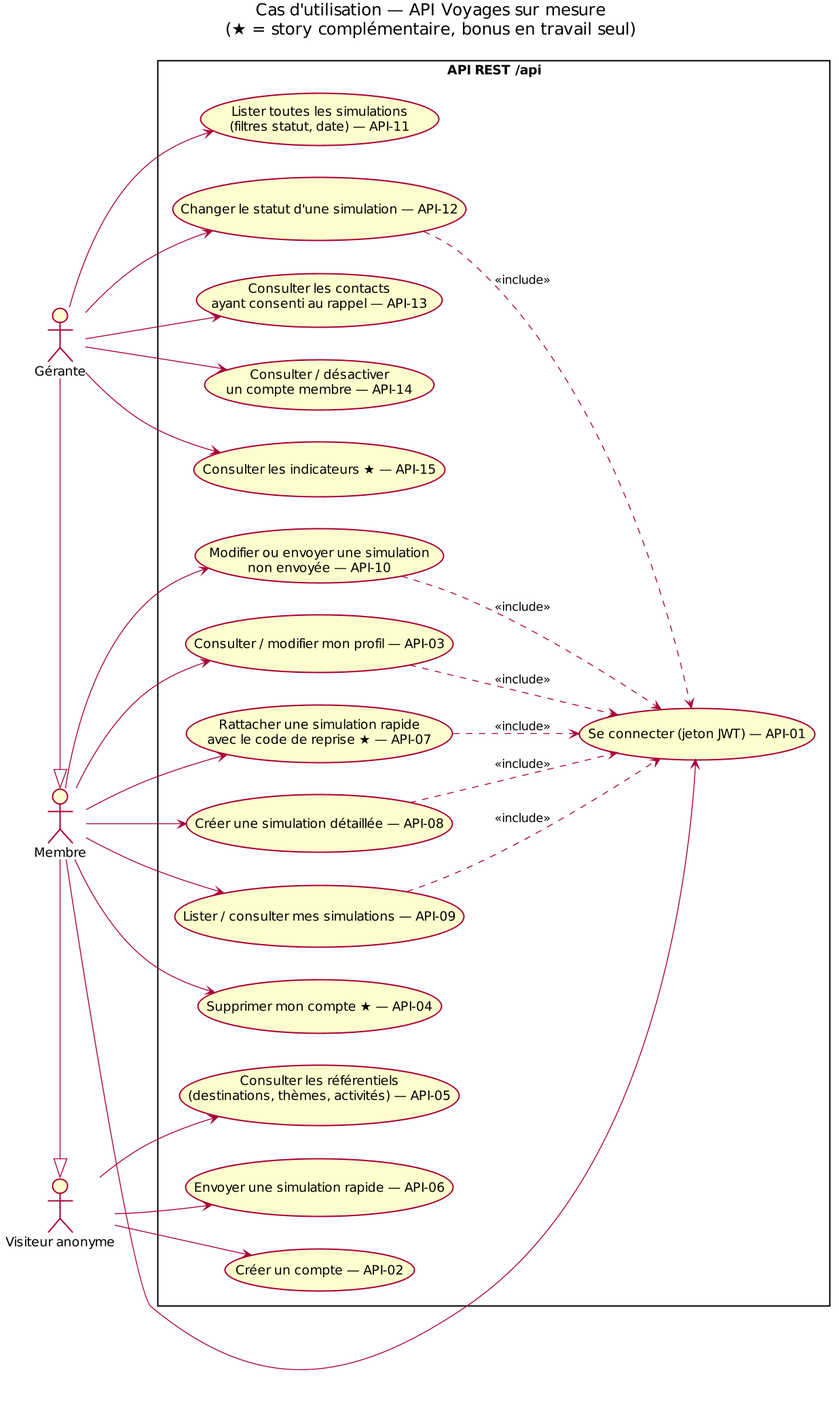
The PlantUML diagram docs/conception/03-cas-utilisation.png in jakevlt/api-voyages-sur-mesure, before a commit. Its source is kept beside it as docs/conception/sources/03-cas-utilisation.puml.
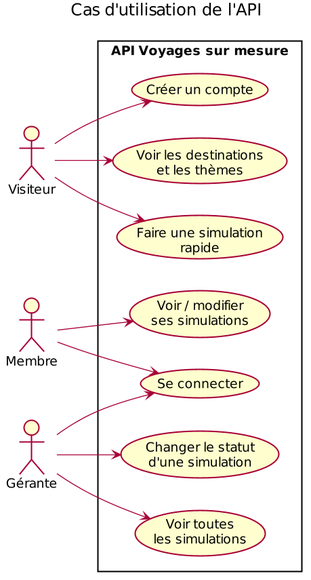
The same file after the commit.

The edit, as a diff of the source:
```diff
@@ -3,51 +3,25 @@
 skinparam dpi 130
 skinparam shadowing false
 left to right direction
-title Cas d'utilisation — API Voyages sur mesure\n(★ = story complémentaire, bonus en travail seul)
-
-actor "Visiteur anonyme" as V
-actor "Membre" as M
+title Cas d'utilisation de l'API
+actor Visiteur
+actor Membre
 actor "Gérante" as G
-M -|> V
-G -|> M
-
-rectangle "API REST /api" {
-  usecase "Consulter les référentiels\n(destinations, thèmes, activités) — API-05" as UC05
-  usecase "Envoyer une simulation rapide — API-06" as UC06
-  usecase "Créer un compte — API-02" as UC02
-  usecase "Se connecter (jeton JWT) — API-01" as UC01
-  usecase "Consulter / modifier mon profil — API-03" as UC03
-  usecase "Supprimer mon compte ★ — API-04" as UC04
-  usecase "Rattacher une simulation rapide\navec le code de reprise ★ — API-07" as UC07
-  usecase "Créer une simulation détaillée — API-08" as UC08
-  usecase "Lister / consulter mes simulations — API-09" as UC09
-  usecase "Modifier ou envoyer une simulation\nnon envoyée — API-10" as UC10
-  usecase "Lister toutes les simulations\n(filtres statut, date) — API-11" as UC11
-  usecase "Changer le statut d'une simulation — API-12" as UC12
-  usecase "Consulter les contacts\nayant consenti au rappel — API-13" as UC13
-  usecase "Consulter / désactiver\nun compte membre — API-14" as UC14
-  usecase "Consulter les indicateurs ★ — API-15" as UC15
+rectangle "API Voyages sur mesure" {
+  usecase "Voir les destinations\net les thèmes" as U1
+  usecase "Faire une simulation\nrapide" as U2
+  usecase "Créer un compte" as U3
+  usecase "Se connecter" as U4
+  usecase "Voir / modifier\nses simulations" as U5
+  usecase "Voir toutes\nles simulations" as U6
+  usecase "Changer le statut\nd'une simulation" as U7
 }
-
-V --> UC05
-V --> UC06
-V --> UC02
-M --> UC01
-M --> UC03
-M --> UC04
-M --> UC07
-M --> UC08
-M --> UC09
-M --> UC10
-G --> UC11
-G --> UC12
-G --> UC13
-G --> UC14
-G --> UC15
-UC03 ..> UC01 : <<include>>
-UC07 ..> UC01 : <<include>>
-UC08 ..> UC01 : <<include>>
-UC09 ..> UC01 : <<include>>
-UC10 ..> UC01 : <<include>>
-UC12 ..> UC01 : <<include>>
+Visiteur --> U1
+Visiteur --> U2
+Visiteur --> U3
+Membre --> U4
+Membre --> U5
+G --> U4
+G --> U6
+G --> U7
 @enduml
```
